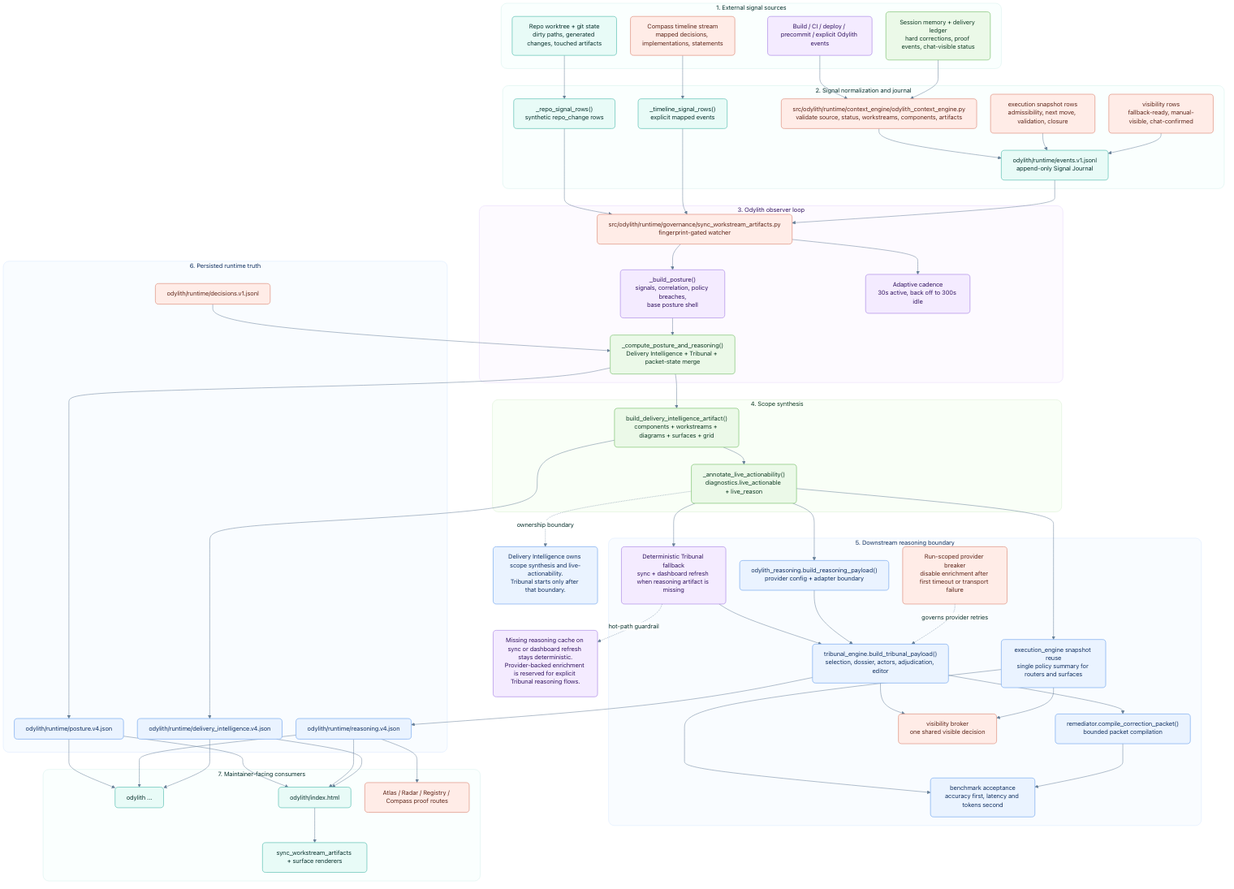
The Mermaid diagram odylith/atlas/source/odylith-delivery-intelligence-signal-journal-and-observer-pipeline.png in odylith/odylith, before a commit. Its source is kept beside it as odylith/atlas/source/odylith-delivery-intelligence-signal-journal-and-observer-pipeline.mmd.
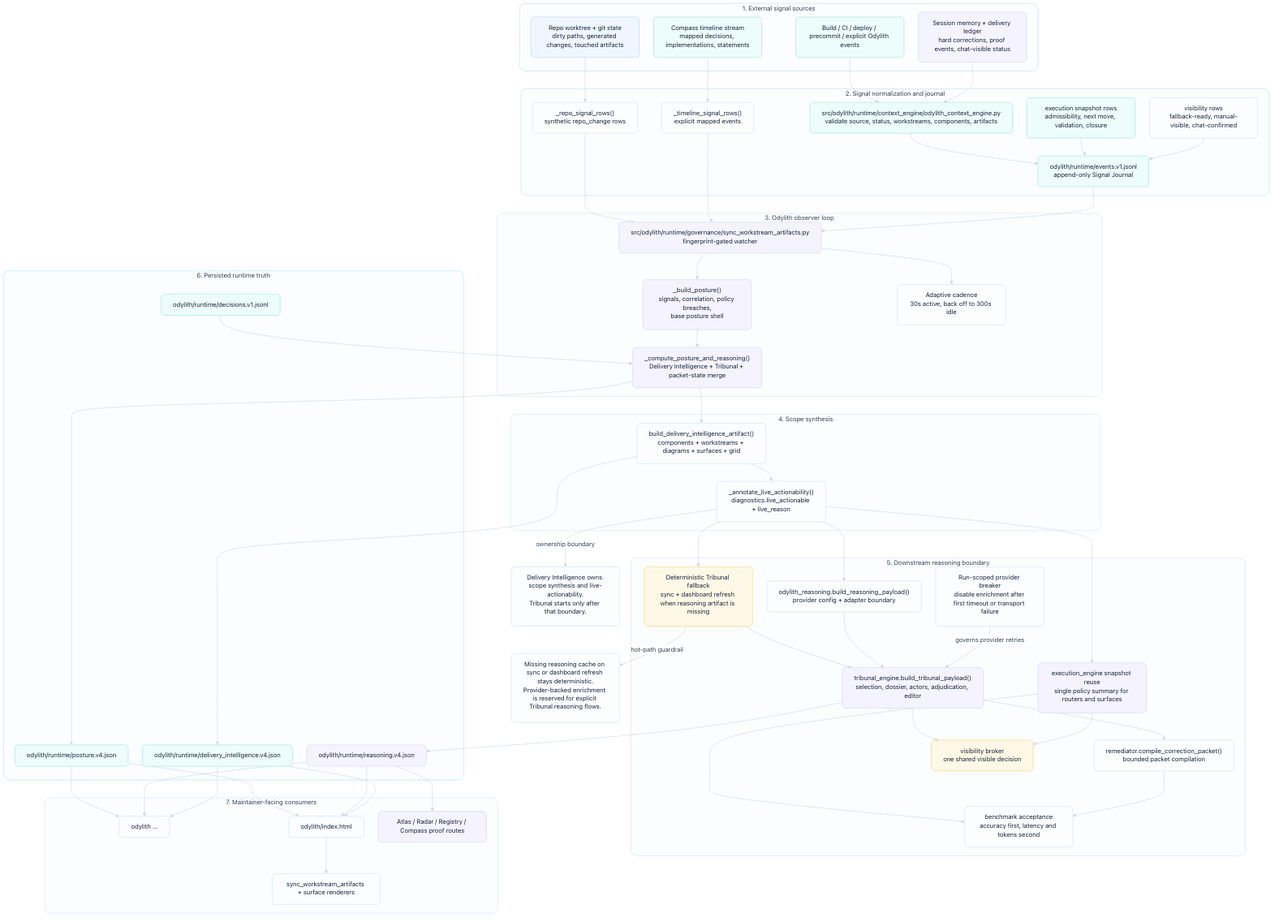
Above is the later version.

Change to the diagram source:
```diff
@@ -100,4 +100,4 @@
   Live -. ownership boundary .-> NoteA
   Fallback -. hot-path guardrail .-> NoteB
 
-  classDef note fill:#eaf3ff,stroke:#77a9ef,color:#102f5f;
+  classDef note fill:#FBFDFF,stroke:#D8E5F4,color:#17233A;
```
